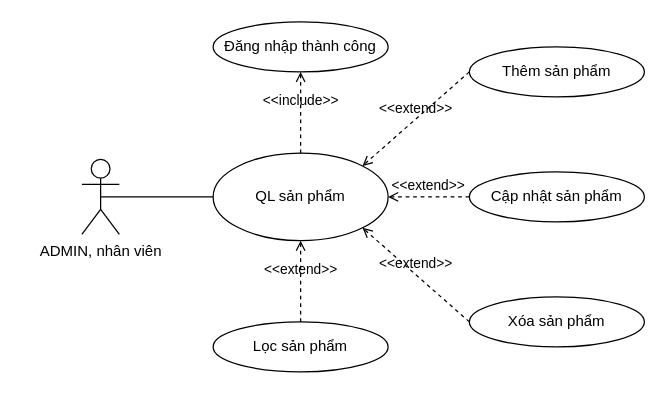
Earlier version of the draw.io diagram UC/UC_QUANLYSANPHAM.drawio (hieuNV0871/da). Source tidied: cells renumbered, new cells numbered last; positions are measured from the earlier drawing's top-left corner, leaving out a move shared by most shapes. Both pictures are drawn from the tidied source at 125%, with x=0, y=0 at pixel (81, 21).
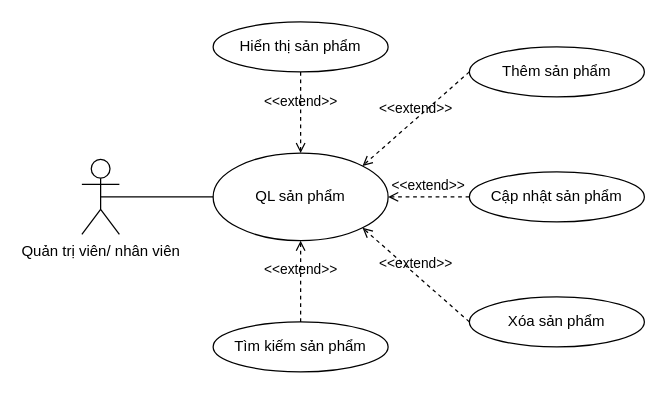
The same page after the edit.

Change to the diagram source:
```diff
@@
 <mxGraphModel>
   <root>
     <mxCell id="0" />
     <mxCell id="1" parent="0" />
-    <mxCell id="2" value="ADMIN, nhân viên" style="shape=umlActor;verticalLabelPosition=bottom;verticalAlign=top;html=1;" parent="1" vertex="1">
+    <mxCell id="2" value="Quản trị viên/ nhân viên" style="shape=umlActor;verticalLabelPosition=bottom;verticalAlign=top;html=1;" parent="1" vertex="1">
       <mxGeometry y="110" width="30" height="60" as="geometry" />
     </mxCell>
     <mxCell id="3" value="QL sản phẩm" style="ellipse;whiteSpace=wrap;html=1;" parent="1" vertex="1">
       <mxGeometry x="105" y="105" width="140" height="70" as="geometry" />
     </mxCell>
-    <mxCell id="4" value="Đăng nhập thành công" style="ellipse;whiteSpace=wrap;html=1;" parent="1" vertex="1">
-      <mxGeometry x="105" width="140" height="40" as="geometry" />
-    </mxCell>
     <mxCell id="5" value="Thêm sản phẩm" style="ellipse;whiteSpace=wrap;html=1;" parent="1" vertex="1">
       <mxGeometry x="310" y="20" width="140" height="40" as="geometry" />
     </mxCell>
     <mxCell id="6" value="Xóa sản phẩm" style="ellipse;whiteSpace=wrap;html=1;" parent="1" vertex="1">
       <mxGeometry x="310" y="220" width="140" height="40" as="geometry" />
     </mxCell>
     <mxCell id="7" value="Cập nhật sản phẩm" style="ellipse;whiteSpace=wrap;html=1;" parent="1" vertex="1">
       <mxGeometry x="310" y="120" width="140" height="40" as="geometry" />
     </mxCell>
     <mxCell id="8" value="&amp;lt;&amp;lt;extend&amp;gt;&amp;gt;" style="html=1;verticalAlign=bottom;labelBackgroundColor=none;endArrow=open;endFill=0;dashed=1;rounded=0;entryX=1;entryY=0;entryDx=0;entryDy=0;exitX=0;exitY=0.5;exitDx=0;exitDy=0;" parent="1" edge="1" source="5" target="3">
       <mxGeometry relative="1" as="geometry" />
     </mxCell>
     <mxCell id="9" value="&amp;lt;&amp;lt;extend&amp;gt;&amp;gt;" style="html=1;verticalAlign=bottom;labelBackgroundColor=none;endArrow=open;endFill=0;dashed=1;rounded=0;entryX=1;entryY=0.5;entryDx=0;entryDy=0;exitX=0;exitY=0.5;exitDx=0;exitDy=0;" parent="1" edge="1" source="7" target="3">
       <mxGeometry relative="1" as="geometry" />
     </mxCell>
     <mxCell id="10" value="&amp;lt;&amp;lt;extend&amp;gt;&amp;gt;" style="html=1;verticalAlign=bottom;labelBackgroundColor=none;endArrow=open;endFill=0;dashed=1;rounded=0;entryX=1;entryY=1;entryDx=0;entryDy=0;exitX=0;exitY=0.5;exitDx=0;exitDy=0;" parent="1" edge="1" source="6" target="3">
       <mxGeometry relative="1" as="geometry" />
     </mxCell>
-    <mxCell id="11" value="&amp;lt;&amp;lt;include&amp;gt;&amp;gt;" style="html=1;verticalAlign=bottom;labelBackgroundColor=none;endArrow=open;endFill=0;dashed=1;rounded=0;exitX=0.5;exitY=0;exitDx=0;exitDy=0;entryX=0.5;entryY=1;entryDx=0;entryDy=0;" parent="1" edge="1" source="3" target="4">
-      <mxGeometry relative="1" as="geometry" />
-    </mxCell>
     <mxCell id="12" style="endArrow=none;html=1;rounded=0;exitX=0.5;exitY=0.5;exitDx=0;exitDy=0;exitPerimeter=0;entryX=0;entryY=0.5;entryDx=0;entryDy=0;" parent="1" edge="1" source="2" target="3">
       <mxGeometry relative="1" as="geometry" />
     </mxCell>
-    <mxCell id="13" value="Lọc sản phẩm" style="ellipse;whiteSpace=wrap;html=1;" parent="1" vertex="1">
+    <mxCell id="13" value="Tìm kiếm sản phẩm" style="ellipse;whiteSpace=wrap;html=1;" parent="1" vertex="1">
       <mxGeometry x="105" y="240" width="140" height="40" as="geometry" />
     </mxCell>
     <mxCell id="14" value="&amp;lt;&amp;lt;extend&amp;gt;&amp;gt;" style="html=1;verticalAlign=bottom;labelBackgroundColor=none;endArrow=open;endFill=0;dashed=1;rounded=0;entryX=0.5;entryY=1;entryDx=0;entryDy=0;exitX=0.5;exitY=0;exitDx=0;exitDy=0;" parent="1" edge="1" source="13" target="3">
       <mxGeometry relative="1" as="geometry" />
     </mxCell>
+    <mxCell id="15" value="Hiển thị sản phẩm" style="ellipse;whiteSpace=wrap;html=1;" parent="1" vertex="1">
+      <mxGeometry x="105" width="140" height="40" as="geometry" />
+    </mxCell>
+    <mxCell id="16" value="&amp;lt;&amp;lt;extend&amp;gt;&amp;gt;" style="html=1;verticalAlign=bottom;labelBackgroundColor=none;endArrow=open;endFill=0;dashed=1;rounded=0;entryX=0.5;entryY=0;entryDx=0;entryDy=0;exitX=0.5;exitY=1;exitDx=0;exitDy=0;" parent="1" edge="1" source="15" target="3">
+      <mxGeometry relative="1" as="geometry" />
+    </mxCell>
   </root>
 </mxGraphModel>
```
